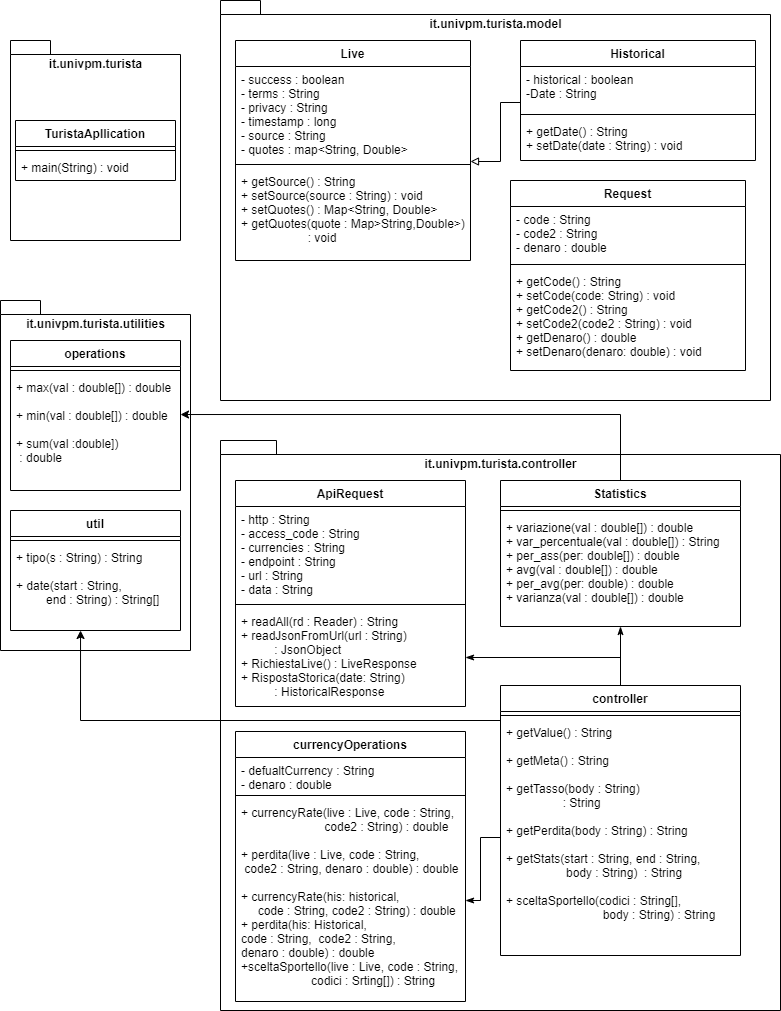
Above: Uml-Turista/Class Diagramm-Turista.png in MichaelBagnarelli/Progetto-programmazione-ad-oggetti (draw.io), before the change. Source tidied: cells renumbered, new cells last; positions are measured from the earlier drawing's top-left corner, leaving out a move shared by most shapes. Source of this version:
```xml
<mxGraphModel>
  <root>
    <mxCell id="0" />
    <mxCell id="1" parent="0" />
    <mxCell id="2" value="it.univpm.turista.utilities" style="shape=folder;fontStyle=1;spacingTop=10;tabWidth=40;tabHeight=14;tabPosition=left;html=1;verticalAlign=top;" parent="1" vertex="1">
      <mxGeometry y="300" width="190" height="350" as="geometry" />
    </mxCell>
    <mxCell id="3" value="it.univpm.turista" style="shape=folder;fontStyle=1;spacingTop=10;tabWidth=40;tabHeight=14;tabPosition=left;html=1;verticalAlign=top;" parent="1" vertex="1">
      <mxGeometry x="10" y="40" width="170" height="200" as="geometry" />
    </mxCell>
    <mxCell id="4" value="TuristaApllication" style="swimlane;fontStyle=1;align=center;verticalAlign=top;horizontal=1;startSize=26;" parent="1" vertex="1">
      <mxGeometry x="15" y="120" width="160" height="60" as="geometry" />
    </mxCell>
    <mxCell id="5" style="line;strokeWidth=1;fillColor=none;align=left;verticalAlign=middle;spacingTop=-1;spacingLeft=3;spacingRight=3;labelPosition=right;" parent="4" vertex="1">
      <mxGeometry y="26" width="160" height="8" as="geometry" />
    </mxCell>
    <mxCell id="6" value="+ main(String) : void" style="text;strokeColor=none;fillColor=none;align=left;verticalAlign=top;spacingLeft=4;spacingRight=4;overflow=hidden;" parent="4" vertex="1">
      <mxGeometry y="34" width="160" height="26" as="geometry" />
    </mxCell>
    <mxCell id="7" value="it.univpm.turista.model" style="shape=folder;fontStyle=1;spacingTop=10;tabWidth=40;tabHeight=14;tabPosition=left;html=1;verticalAlign=top;" parent="1" vertex="1">
      <mxGeometry x="220" width="550" height="400" as="geometry" />
    </mxCell>
    <mxCell id="8" value="Live" style="swimlane;fontStyle=1;align=center;verticalAlign=top;horizontal=1;startSize=26;" parent="1" vertex="1">
      <mxGeometry x="235" y="40" width="235" height="220" as="geometry" />
    </mxCell>
    <mxCell id="9" value="- success : boolean&#10;- terms : String&#10;- privacy : String&#10;- timestamp : long&#10;- source : String&#10;- quotes : map&lt;String, Double&gt;" style="text;strokeColor=none;fillColor=none;align=left;verticalAlign=top;spacingLeft=4;spacingRight=4;overflow=hidden;" parent="8" vertex="1">
      <mxGeometry y="26" width="235" height="94" as="geometry" />
    </mxCell>
    <mxCell id="10" style="line;strokeWidth=1;fillColor=none;align=left;verticalAlign=middle;spacingTop=-1;spacingLeft=3;spacingRight=3;labelPosition=right;" parent="8" vertex="1">
      <mxGeometry y="120" width="235" height="8" as="geometry" />
    </mxCell>
    <mxCell id="11" value="+ getSource() : String&#10;+ setSource(source : String) : void&#10;+ setQuotes() : Map&lt;String, Double&gt;&#10;+ getQuotes(quote : Map&gt;String,Double&gt;)&#10;                    : void&#10;" style="text;strokeColor=none;fillColor=none;align=left;verticalAlign=top;spacingLeft=4;spacingRight=4;overflow=hidden;" parent="8" vertex="1">
      <mxGeometry y="128" width="235" height="92" as="geometry" />
    </mxCell>
    <mxCell id="12" style="edgeStyle=orthogonalEdgeStyle;rounded=0;jettySize=auto;html=1;exitX=0;exitY=0.818;exitDx=0;exitDy=0;endArrow=block;endFill=0;exitPerimeter=0;" parent="1" edge="1" source="14">
      <mxGeometry relative="1" as="geometry">
        <mxPoint x="470" y="161" as="targetPoint" />
        <Array as="points">
          <mxPoint x="500" y="102" />
          <mxPoint x="500" y="161" />
        </Array>
      </mxGeometry>
    </mxCell>
    <mxCell id="13" value="Historical" style="swimlane;fontStyle=1;align=center;verticalAlign=top;horizontal=1;startSize=26;" parent="1" vertex="1">
      <mxGeometry x="520" y="40" width="235" height="120" as="geometry" />
    </mxCell>
    <mxCell id="14" value="- historical : boolean&#10;-Date : String" style="text;strokeColor=none;fillColor=none;align=left;verticalAlign=top;spacingLeft=4;spacingRight=4;overflow=hidden;points=[[0,0.5],[1,0.5]];portConstraint=eastwest;" parent="13" vertex="1">
      <mxGeometry y="26" width="235" height="44" as="geometry" />
    </mxCell>
    <mxCell id="15" style="line;strokeWidth=1;fillColor=none;align=left;verticalAlign=middle;spacingTop=-1;spacingLeft=3;spacingRight=3;labelPosition=right;" parent="13" vertex="1">
      <mxGeometry y="70" width="235" height="8" as="geometry" />
    </mxCell>
    <mxCell id="16" value="+ getDate() : String&#10;+ setDate(date : String) : void" style="text;strokeColor=none;fillColor=none;align=left;verticalAlign=top;spacingLeft=4;spacingRight=4;overflow=hidden;" parent="13" vertex="1">
      <mxGeometry y="78" width="235" height="42" as="geometry" />
    </mxCell>
    <mxCell id="17" value="it.univpm.turista.controller" style="shape=folder;fontStyle=1;spacingTop=10;tabWidth=40;tabHeight=14;tabPosition=left;html=1;verticalAlign=top;" parent="1" vertex="1">
      <mxGeometry x="220" y="440" width="560" height="570" as="geometry" />
    </mxCell>
    <mxCell id="18" value="currencyOperations" style="swimlane;fontStyle=1;align=center;verticalAlign=top;horizontal=1;startSize=26;" parent="1" vertex="1">
      <mxGeometry x="235" y="731" width="230" height="270" as="geometry" />
    </mxCell>
    <mxCell id="19" value="- defualtCurrency : String&#10;- denaro : double" style="text;strokeColor=none;fillColor=none;align=left;verticalAlign=top;spacingLeft=4;spacingRight=4;overflow=hidden;" parent="18" vertex="1">
      <mxGeometry y="26" width="230" height="34" as="geometry" />
    </mxCell>
    <mxCell id="20" style="line;strokeWidth=1;fillColor=none;align=left;verticalAlign=middle;spacingTop=-1;spacingLeft=3;spacingRight=3;labelPosition=right;" parent="18" vertex="1">
      <mxGeometry y="60" width="230" height="8" as="geometry" />
    </mxCell>
    <mxCell id="21" value="+ currencyRate(live : Live, code : String, &#10;                         code2 : String) : double&#10;&#10;+ perdita(live : Live, code : String,  &#10; code2 : String, denaro : double) : double&#10;&#10;+ currencyRate(his: historical, &#10;     code : String, code2 : String) : double&#10;+ perdita(his: Historical, &#10;code : String,  code2 : String, &#10;denaro : double) : double&#10;+sceltaSportello(live : Live, code : String, &#10;                     codici : Srting[]) : String&#10;" style="text;strokeColor=none;fillColor=none;align=left;verticalAlign=top;spacingLeft=4;spacingRight=4;overflow=hidden;points=[[0,0.5],[1,0.5]];portConstraint=eastwest;" parent="18" vertex="1">
      <mxGeometry y="68" width="230" height="202" as="geometry" />
    </mxCell>
    <mxCell id="22" value="ApiRequest" style="swimlane;fontStyle=1;align=center;verticalAlign=top;horizontal=1;startSize=26;" parent="1" vertex="1">
      <mxGeometry x="235" y="480" width="230" height="226" as="geometry" />
    </mxCell>
    <mxCell id="23" value="- http : String&#10;- access_code : String&#10;- currencies : String&#10;- endpoint : String&#10;- url : String&#10;- data : String" style="text;strokeColor=none;fillColor=none;align=left;verticalAlign=top;spacingLeft=4;spacingRight=4;overflow=hidden;" parent="22" vertex="1">
      <mxGeometry y="26" width="230" height="94" as="geometry" />
    </mxCell>
    <mxCell id="24" style="line;strokeWidth=1;fillColor=none;align=left;verticalAlign=middle;spacingTop=-1;spacingLeft=3;spacingRight=3;labelPosition=right;" parent="22" vertex="1">
      <mxGeometry y="120" width="230" height="8" as="geometry" />
    </mxCell>
    <mxCell id="25" value="+ readAll(rd : Reader) : String&#10;+ readJsonFromUrl(url : String) &#10;          : JsonObject&#10;+ RichiestaLive() : LiveResponse&#10;+ RispostaStorica(date: String)&#10;          : HistoricalResponse" style="text;strokeColor=none;fillColor=none;align=left;verticalAlign=top;spacingLeft=4;spacingRight=4;overflow=hidden;points=[[0,0.5],[1,0.5]];portConstraint=eastwest;" parent="22" vertex="1">
      <mxGeometry y="128" width="230" height="98" as="geometry" />
    </mxCell>
    <mxCell id="26" style="edgeStyle=orthogonalEdgeStyle;rounded=0;jettySize=auto;html=1;entryX=1;entryY=0.345;entryDx=0;entryDy=0;entryPerimeter=0;" parent="1" edge="1" source="27" target="32">
      <mxGeometry relative="1" as="geometry">
        <Array as="points">
          <mxPoint x="620" y="414" />
        </Array>
      </mxGeometry>
    </mxCell>
    <mxCell id="27" value="Statistics" style="swimlane;fontStyle=1;align=center;verticalAlign=top;horizontal=1;startSize=26;" parent="1" vertex="1">
      <mxGeometry x="500" y="480" width="240" height="146" as="geometry" />
    </mxCell>
    <mxCell id="28" style="line;strokeWidth=1;fillColor=none;align=left;verticalAlign=middle;spacingTop=-1;spacingLeft=3;spacingRight=3;labelPosition=right;" parent="27" vertex="1">
      <mxGeometry y="26" width="240" height="8" as="geometry" />
    </mxCell>
    <mxCell id="29" value="+ variazione(val : double[]) : double&#10;+ var_percentuale(val : double[]) : String&#10;+ per_ass(per: double[]) : double&#10;+ avg(val : double[]) : double&#10;+ per_avg(per: double) : double&#10;+ varianza(val : double[]) : double" style="text;strokeColor=none;fillColor=none;align=left;verticalAlign=top;spacingLeft=4;spacingRight=4;overflow=hidden;points=[[0,0.5],[1,0.5]];portConstraint=eastwest;" parent="27" vertex="1">
      <mxGeometry y="34" width="240" height="112" as="geometry" />
    </mxCell>
    <mxCell id="30" value="operations" style="swimlane;fontStyle=1;align=center;verticalAlign=top;horizontal=1;startSize=26;" parent="1" vertex="1">
      <mxGeometry x="10" y="340" width="170" height="150" as="geometry" />
    </mxCell>
    <mxCell id="31" style="line;strokeWidth=1;fillColor=none;align=left;verticalAlign=middle;spacingTop=-1;spacingLeft=3;spacingRight=3;labelPosition=right;" parent="30" vertex="1">
      <mxGeometry y="26" width="170" height="8" as="geometry" />
    </mxCell>
    <mxCell id="32" value="+ max(val : double[]) : double&#10;&#10;+ min(val : double[]) : double&#10;&#10;+ sum(val :double])&#10; : double&#10;" style="text;strokeColor=none;fillColor=none;align=left;verticalAlign=top;spacingLeft=4;spacingRight=4;overflow=hidden;points=[[0,0.5],[1,0.5]];portConstraint=eastwest;" parent="30" vertex="1">
      <mxGeometry y="34" width="170" height="116" as="geometry" />
    </mxCell>
    <mxCell id="33" style="edgeStyle=orthogonalEdgeStyle;rounded=0;jettySize=auto;html=1;endArrow=classicThin;endFill=1;" parent="1" edge="1" source="35" target="29">
      <mxGeometry relative="1" as="geometry">
        <Array as="points">
          <mxPoint x="620" y="620" />
          <mxPoint x="620" y="620" />
        </Array>
      </mxGeometry>
    </mxCell>
    <mxCell id="34" style="edgeStyle=orthogonalEdgeStyle;rounded=0;jettySize=auto;html=1;exitX=0.5;exitY=0;exitDx=0;exitDy=0;entryX=1;entryY=0.5;entryDx=0;entryDy=0;endArrow=classicThin;endFill=1;" parent="1" edge="1" source="35" target="25">
      <mxGeometry relative="1" as="geometry" />
    </mxCell>
    <mxCell id="35" value="controller" style="swimlane;fontStyle=1;align=center;verticalAlign=top;horizontal=1;startSize=26;" parent="1" vertex="1">
      <mxGeometry x="500" y="685" width="240" height="270" as="geometry" />
    </mxCell>
    <mxCell id="36" style="line;strokeWidth=1;fillColor=none;align=left;verticalAlign=middle;spacingTop=-1;spacingLeft=3;spacingRight=3;labelPosition=right;" parent="35" vertex="1">
      <mxGeometry y="26" width="240" height="8" as="geometry" />
    </mxCell>
    <mxCell id="37" value="+ getValue() : String&#10;&#10;+ getMeta() : String&#10;&#10;+ getTasso(body : String) &#10;                 : String&#10;&#10;+ getPerdita(body : String) : String&#10;&#10;+ getStats(start : String, end : String,&#10;                  body : String)  : String&#10;&#10;+ sceltaSportello(codici : String[], &#10;                             body : String) : String &#10;                 " style="text;strokeColor=none;fillColor=none;align=left;verticalAlign=top;spacingLeft=4;spacingRight=4;overflow=hidden;points=[[0,0.5],[1,0.5]];portConstraint=eastwest;" parent="35" vertex="1">
      <mxGeometry y="34" width="240" height="236" as="geometry" />
    </mxCell>
    <mxCell id="38" style="edgeStyle=orthogonalEdgeStyle;rounded=0;jettySize=auto;html=1;exitX=0;exitY=0.5;exitDx=0;exitDy=0;endArrow=classicThin;endFill=1;" parent="1" edge="1" source="37" target="21">
      <mxGeometry relative="1" as="geometry" />
    </mxCell>
    <mxCell id="39" value="Request" style="swimlane;fontStyle=1;align=center;verticalAlign=top;horizontal=1;startSize=26;" parent="1" vertex="1">
      <mxGeometry x="510" y="180" width="235" height="190" as="geometry" />
    </mxCell>
    <mxCell id="40" value="- code : String&#10;- code2 : String&#10;- denaro : double" style="text;strokeColor=none;fillColor=none;align=left;verticalAlign=top;spacingLeft=4;spacingRight=4;overflow=hidden;" parent="39" vertex="1">
      <mxGeometry y="26" width="235" height="54" as="geometry" />
    </mxCell>
    <mxCell id="41" style="line;strokeWidth=1;fillColor=none;align=left;verticalAlign=middle;spacingTop=-1;spacingLeft=3;spacingRight=3;labelPosition=right;" parent="39" vertex="1">
      <mxGeometry y="80" width="235" height="8" as="geometry" />
    </mxCell>
    <mxCell id="42" value="+ getCode() : String&#10;+ setCode(code: String) : void&#10;+ getCode2() : String&#10;+ setCode2(code2 : String) : void&#10;+ getDenaro() : double&#10;+ setDenaro(denaro: double) : void" style="text;strokeColor=none;fillColor=none;align=left;verticalAlign=top;spacingLeft=4;spacingRight=4;overflow=hidden;" parent="39" vertex="1">
      <mxGeometry y="88" width="235" height="102" as="geometry" />
    </mxCell>
    <mxCell id="43" value="util" style="swimlane;fontStyle=1;align=center;verticalAlign=top;horizontal=1;startSize=26;" parent="1" vertex="1">
      <mxGeometry x="10" y="510" width="170" height="120" as="geometry" />
    </mxCell>
    <mxCell id="44" style="line;strokeWidth=1;fillColor=none;align=left;verticalAlign=middle;spacingTop=-1;spacingLeft=3;spacingRight=3;labelPosition=right;" parent="43" vertex="1">
      <mxGeometry y="26" width="170" height="8" as="geometry" />
    </mxCell>
    <mxCell id="45" value="+ tipo(s : String) : String&#10;&#10;+ date(start : String, &#10;         end : String) : String[]" style="text;strokeColor=none;fillColor=none;align=left;verticalAlign=top;spacingLeft=4;spacingRight=4;overflow=hidden;points=[[0,0.5],[1,0.5]];portConstraint=eastwest;" parent="43" vertex="1">
      <mxGeometry y="34" width="170" height="86" as="geometry" />
    </mxCell>
    <mxCell id="46" style="edgeStyle=orthogonalEdgeStyle;rounded=0;jettySize=auto;html=1;entryX=0.412;entryY=1;entryDx=0;entryDy=0;entryPerimeter=0;" parent="1" edge="1" source="37" target="45">
      <mxGeometry relative="1" as="geometry">
        <Array as="points">
          <mxPoint x="80" y="720" />
        </Array>
      </mxGeometry>
    </mxCell>
  </root>
</mxGraphModel>
```
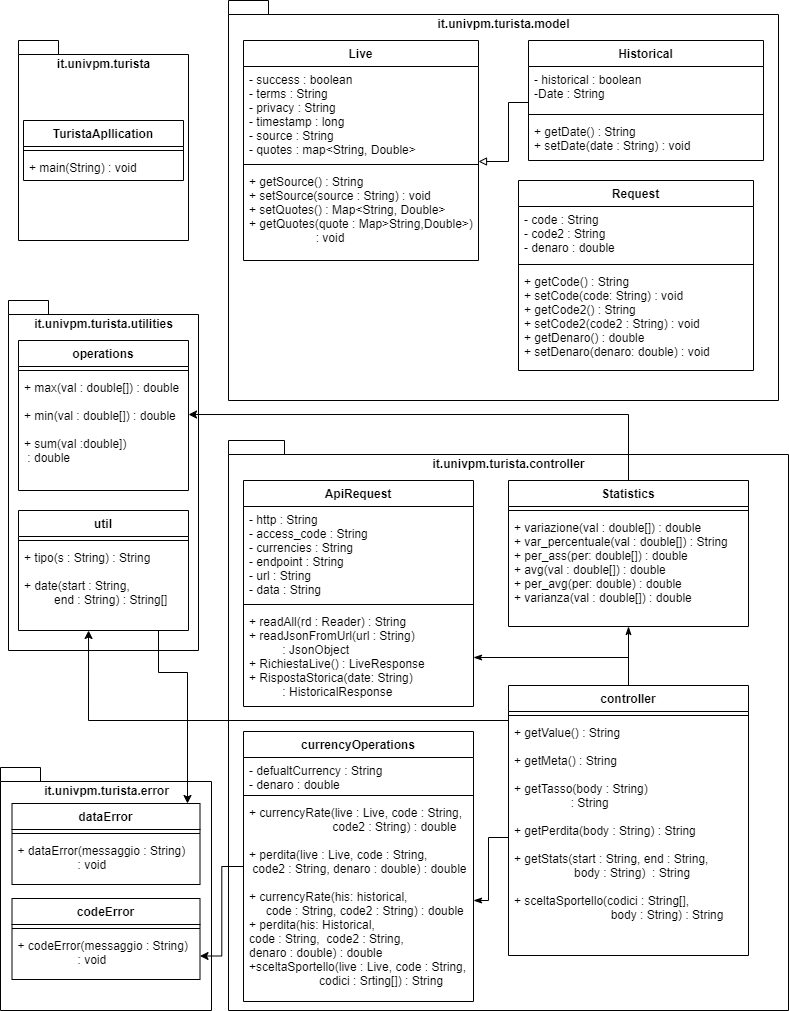
After the change.

What changed in the source:
```diff
@@ -2,6 +2,9 @@
   <root>
     <mxCell id="0" />
     <mxCell id="1" parent="0" />
+    <mxCell id="47" value="it.univpm.turista.error" style="shape=folder;fontStyle=1;spacingTop=10;tabWidth=40;tabHeight=14;tabPosition=left;html=1;verticalAlign=top;" parent="1" vertex="1">
+      <mxGeometry x="-8" y="767" width="211" height="243" as="geometry" />
+    </mxCell>
     <mxCell id="2" value="it.univpm.turista.utilities" style="shape=folder;fontStyle=1;spacingTop=10;tabWidth=40;tabHeight=14;tabPosition=left;html=1;verticalAlign=top;" parent="1" vertex="1">
       <mxGeometry y="300" width="190" height="350" as="geometry" />
     </mxCell>
@@ -56,6 +59,9 @@
     <mxCell id="17" value="it.univpm.turista.controller" style="shape=folder;fontStyle=1;spacingTop=10;tabWidth=40;tabHeight=14;tabPosition=left;html=1;verticalAlign=top;" parent="1" vertex="1">
       <mxGeometry x="220" y="440" width="560" height="570" as="geometry" />
     </mxCell>
+    <mxCell id="48" style="edgeStyle=orthogonalEdgeStyle;rounded=0;jettySize=auto;html=1;entryX=1;entryY=0.5;entryDx=0;entryDy=0;" parent="1" edge="1" source="18" target="55">
+      <mxGeometry relative="1" as="geometry" />
+    </mxCell>
     <mxCell id="18" value="currencyOperations" style="swimlane;fontStyle=1;align=center;verticalAlign=top;horizontal=1;startSize=26;" parent="1" vertex="1">
       <mxGeometry x="235" y="731" width="230" height="270" as="geometry" />
     </mxCell>
@@ -140,6 +146,14 @@
     <mxCell id="42" value="+ getCode() : String&#10;+ setCode(code: String) : void&#10;+ getCode2() : String&#10;+ setCode2(code2 : String) : void&#10;+ getDenaro() : double&#10;+ setDenaro(denaro: double) : void" style="text;strokeColor=none;fillColor=none;align=left;verticalAlign=top;spacingLeft=4;spacingRight=4;overflow=hidden;" parent="39" vertex="1">
       <mxGeometry y="88" width="235" height="102" as="geometry" />
     </mxCell>
+    <mxCell id="49" style="edgeStyle=orthogonalEdgeStyle;rounded=0;jettySize=auto;html=1;" parent="1" edge="1" source="43" target="50">
+      <mxGeometry relative="1" as="geometry">
+        <Array as="points">
+          <mxPoint x="150" y="672" />
+          <mxPoint x="179" y="672" />
+        </Array>
+      </mxGeometry>
+    </mxCell>
     <mxCell id="43" value="util" style="swimlane;fontStyle=1;align=center;verticalAlign=top;horizontal=1;startSize=26;" parent="1" vertex="1">
       <mxGeometry x="10" y="510" width="170" height="120" as="geometry" />
     </mxCell>
@@ -156,5 +170,23 @@
         </Array>
       </mxGeometry>
     </mxCell>
+    <mxCell id="50" value="dataError" style="swimlane;fontStyle=1;align=center;verticalAlign=top;horizontal=1;startSize=26;" parent="1" vertex="1">
+      <mxGeometry x="3.5" y="803" width="188" height="81" as="geometry" />
+    </mxCell>
+    <mxCell id="51" style="line;strokeWidth=1;fillColor=none;align=left;verticalAlign=middle;spacingTop=-1;spacingLeft=3;spacingRight=3;labelPosition=right;" parent="50" vertex="1">
+      <mxGeometry y="26" width="188" height="8" as="geometry" />
+    </mxCell>
+    <mxCell id="52" value="+ dataError(messaggio : String)&#10;                  : void" style="text;strokeColor=none;fillColor=none;align=left;verticalAlign=top;spacingLeft=4;spacingRight=4;overflow=hidden;" parent="50" vertex="1">
+      <mxGeometry y="34" width="188" height="47" as="geometry" />
+    </mxCell>
+    <mxCell id="53" value="codeError" style="swimlane;fontStyle=1;align=center;verticalAlign=top;horizontal=1;startSize=26;" parent="1" vertex="1">
+      <mxGeometry x="3.5" y="898" width="188" height="81" as="geometry" />
+    </mxCell>
+    <mxCell id="54" style="line;strokeWidth=1;fillColor=none;align=left;verticalAlign=middle;spacingTop=-1;spacingLeft=3;spacingRight=3;labelPosition=right;" parent="53" vertex="1">
+      <mxGeometry y="26" width="188" height="8" as="geometry" />
+    </mxCell>
+    <mxCell id="55" value="+ codeError(messaggio : String)&#10;                  : void" style="text;strokeColor=none;fillColor=none;align=left;verticalAlign=top;spacingLeft=4;spacingRight=4;overflow=hidden;points=[[0,0.5],[1,0.5]];portConstraint=eastwest;" parent="53" vertex="1">
+      <mxGeometry y="34" width="188" height="47" as="geometry" />
+    </mxCell>
   </root>
 </mxGraphModel>
```
